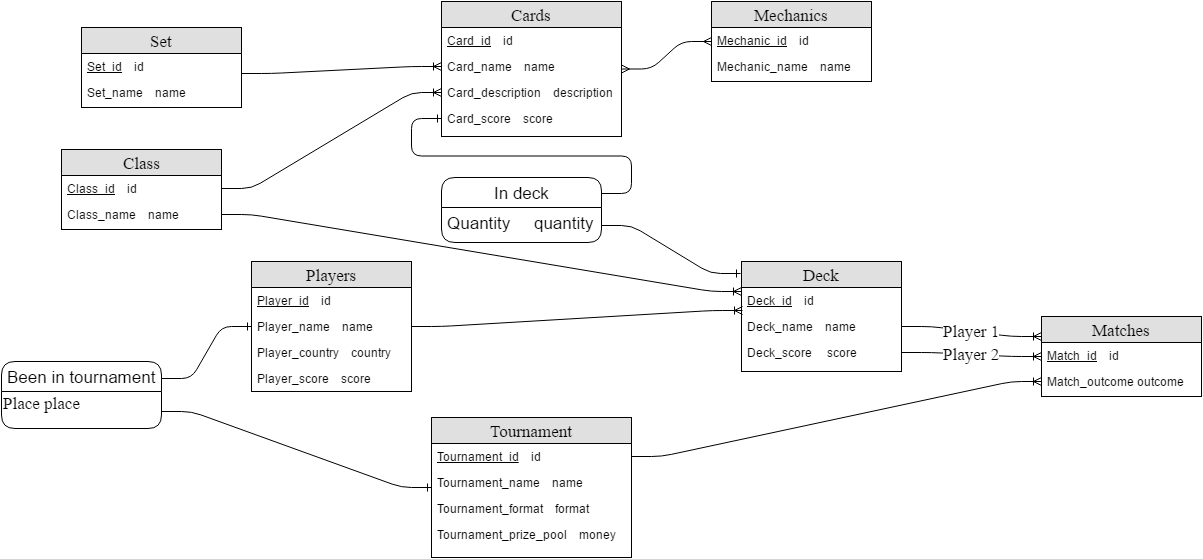
Above: ERM.png in 21011996/HearthStoneDB (draw.io), before the change. Source tidied: cells renumbered, new cells last; positions are measured from the earlier drawing's top-left corner, leaving out a move shared by most shapes.
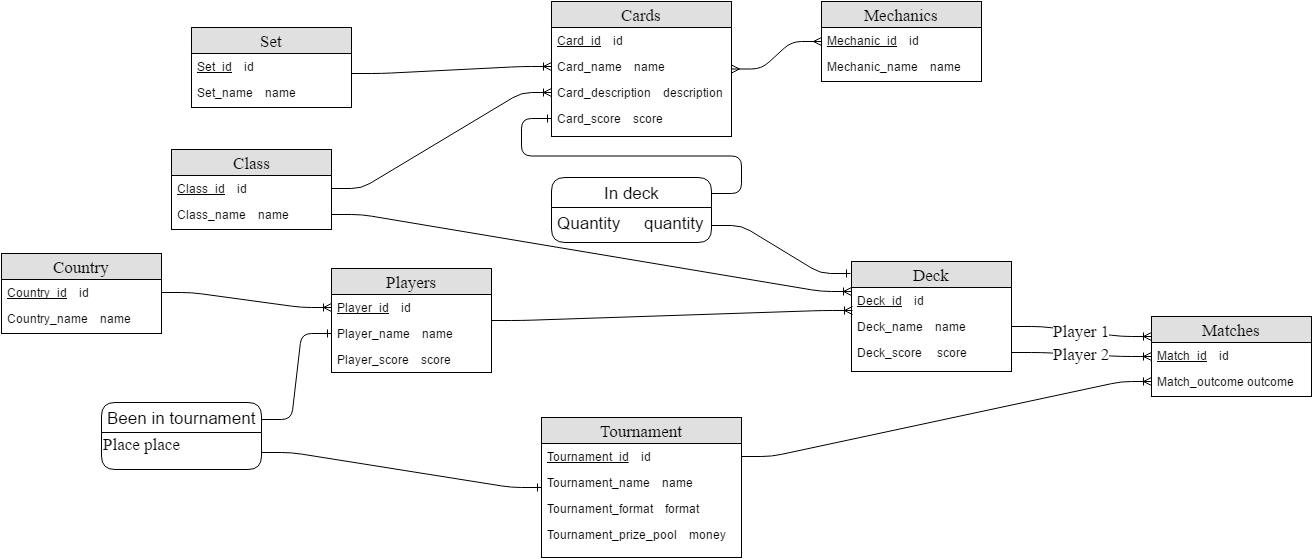
The same file after the commit.

Change to the diagram source:
```diff
@@ -84,7 +84,7 @@
       <mxGeometry y="104" width="200" height="26" as="geometry" />
     </mxCell>
     <mxCell id="29" value="Players" style="swimlane;html=1;fontStyle=0;horizontal=1;startSize=26;fillColor=#e0e0e0;swimlaneFillColor=#ffffff;align=center;strokeWidth=1;fontFamily=Times New Roman;fontSize=17;" parent="1" vertex="1">
-      <mxGeometry x="250" y="260" width="160" height="130" as="geometry" />
+      <mxGeometry x="220" y="267" width="160" height="104" as="geometry" />
     </mxCell>
     <mxCell id="30" value="&lt;u&gt;Player_id&lt;/u&gt; &amp;nbsp; &amp;nbsp;id" style="text;html=1;strokeColor=none;fillColor=none;spacingLeft=4;spacingRight=4;whiteSpace=wrap;overflow=hidden;points=[[0,0.5],[1,0.5]];portConstraint=eastwest;" parent="29" vertex="1">
       <mxGeometry y="26" width="160" height="26" as="geometry" />
@@ -92,11 +92,8 @@
     <mxCell id="31" value="Player_name &amp;nbsp; &amp;nbsp;name" style="text;html=1;strokeColor=none;fillColor=none;spacingLeft=4;spacingRight=4;whiteSpace=wrap;overflow=hidden;points=[[0,0.5],[1,0.5]];portConstraint=eastwest;" parent="29" vertex="1">
       <mxGeometry y="52" width="160" height="26" as="geometry" />
     </mxCell>
-    <mxCell id="32" value="Player_country &amp;nbsp; &amp;nbsp;country" style="text;html=1;strokeColor=none;fillColor=none;spacingLeft=4;spacingRight=4;whiteSpace=wrap;overflow=hidden;" parent="29" vertex="1">
-      <mxGeometry y="78" width="160" height="26" as="geometry" />
-    </mxCell>
     <mxCell id="33" value="Player_score &amp;nbsp; &amp;nbsp;score" style="text;html=1;strokeColor=none;fillColor=none;spacingLeft=4;spacingRight=4;whiteSpace=wrap;overflow=hidden;" parent="29" vertex="1">
-      <mxGeometry y="104" width="160" height="26" as="geometry" />
+      <mxGeometry y="78" width="160" height="26" as="geometry" />
     </mxCell>
     <mxCell id="34" value="Matches" style="swimlane;html=1;fontStyle=0;horizontal=1;startSize=26;fillColor=#e0e0e0;swimlaneFillColor=#ffffff;align=center;strokeWidth=1;fontFamily=Times New Roman;fontSize=17;" parent="1" vertex="1">
       <mxGeometry x="1040" y="315" width="160" height="80" as="geometry" />
@@ -117,12 +114,12 @@
       <mxGeometry x="230" y="415" as="geometry" />
     </mxCell>
     <mxCell id="40" value="&lt;font color=&quot;#000000&quot;&gt;Been in tournament&lt;/font&gt;" style="swimlane;html=1;horizontal=1;startSize=30;fillColor=none;fontColor=#FFFFFF;rounded=1;fontSize=17;fontStyle=0;strokeWidth=1;shadow=0;dashed=0;align=center;" parent="1" vertex="1">
-      <mxGeometry y="360" width="160" height="67" as="geometry" />
+      <mxGeometry x="-10" y="401" width="160" height="67" as="geometry" />
     </mxCell>
     <mxCell id="41" value="Place place" style="text;html=1;align=left;verticalAlign=top;spacingTop=-4;fontSize=17;fontFamily=Times New Roman;" parent="40" vertex="1">
       <mxGeometry y="30" width="160" height="37" as="geometry" />
     </mxCell>
-    <mxCell id="42" style="edgeStyle=entityRelationEdgeStyle;html=1;endArrow=ERone;endFill=1;fontFamily=Times New Roman;fontSize=17;exitX=1;exitY=0.25;" parent="1" edge="1" source="40" target="29">
+    <mxCell id="42" style="edgeStyle=entityRelationEdgeStyle;html=1;endArrow=ERone;endFill=1;fontFamily=Times New Roman;fontSize=17;exitX=1;exitY=0.25;entryX=0;entryY=0.5;" parent="1" edge="1" source="40" target="31">
       <mxGeometry x="210" y="414" as="geometry" />
     </mxCell>
     <mxCell id="43" style="edgeStyle=entityRelationEdgeStyle;html=1;endArrow=ERone;endFill=1;fontFamily=Times New Roman;fontSize=17;exitX=1;exitY=0.75;" parent="1" edge="1" source="40" target="24">
@@ -143,5 +140,17 @@
     <mxCell id="48" style="edgeStyle=entityRelationEdgeStyle;html=1;endArrow=ERoneToMany;fontFamily=Times New Roman;fontSize=17;exitX=1;exitY=0.769;exitPerimeter=0;entryX=0;entryY=0.5;" parent="1" edge="1" source="46" target="4">
       <mxGeometry x="230" y="102" as="geometry" />
     </mxCell>
+    <mxCell id="49" value="Country" style="swimlane;html=1;fontStyle=0;horizontal=1;startSize=26;fillColor=#e0e0e0;swimlaneFillColor=#ffffff;align=center;fontFamily=Times New Roman;fontSize=17;" parent="1" vertex="1">
+      <mxGeometry x="-110" y="252" width="160" height="80" as="geometry" />
+    </mxCell>
+    <mxCell id="50" value="&lt;u&gt;Country_id&lt;/u&gt; &amp;nbsp; &amp;nbsp;id" style="text;html=1;strokeColor=none;fillColor=none;spacingLeft=4;spacingRight=4;whiteSpace=wrap;overflow=hidden;points=[[0,0.5],[1,0.5]];portConstraint=eastwest;" parent="49" vertex="1">
+      <mxGeometry y="26" width="160" height="26" as="geometry" />
+    </mxCell>
+    <mxCell id="51" value="Country_name &amp;nbsp; &amp;nbsp;name" style="text;html=1;strokeColor=none;fillColor=none;spacingLeft=4;spacingRight=4;whiteSpace=wrap;overflow=hidden;" parent="49" vertex="1">
+      <mxGeometry y="52" width="160" height="26" as="geometry" />
+    </mxCell>
+    <mxCell id="52" style="edgeStyle=entityRelationEdgeStyle;html=1;endArrow=ERoneToMany;fontFamily=Times New Roman;fontSize=17;entryX=0;entryY=0.5;exitX=1;exitY=0.5;" parent="1" edge="1" source="50" target="30">
+      <mxGeometry x="230" y="76" as="geometry" />
+    </mxCell>
   </root>
 </mxGraphModel>
```
